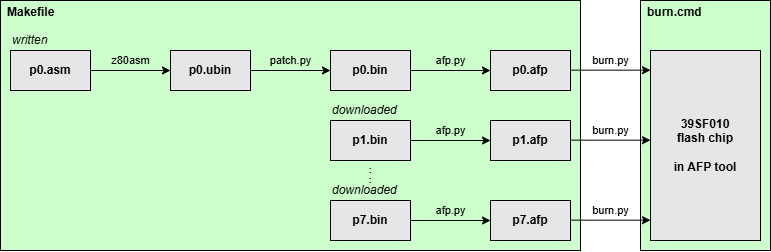
maarten-pennings/P2000-cartridge keeps this draw.io diagram as images/flow.drawio.png. Above is the earlier version. Source tidied: cells renumbered, new cells last; positions are measured from the earlier drawing's top-left corner, leaving out a move shared by most shapes. Source of this version:
```xml
<mxGraphModel>
  <root>
    <mxCell id="0" />
    <mxCell id="1" parent="0" />
    <mxCell id="2" value="burn.cmd" style="rounded=0;whiteSpace=wrap;html=1;fillColor=#CCFFCC;labelBackgroundColor=none;align=left;verticalAlign=top;fontStyle=1;spacing=0;spacingLeft=7.874;" parent="1" vertex="1">
      <mxGeometry x="640" width="130" height="250" as="geometry" />
    </mxCell>
    <mxCell id="3" value="Makefile" style="rounded=0;whiteSpace=wrap;html=1;fillColor=#CCFFCC;labelBackgroundColor=none;align=left;verticalAlign=top;fontStyle=1;spacing=0;spacingLeft=7.874;" parent="1" vertex="1">
      <mxGeometry width="580" height="250" as="geometry" />
    </mxCell>
    <mxCell id="4" value="z80asm" style="edgeStyle=orthogonalEdgeStyle;rounded=0;jettySize=auto;html=1;labelBackgroundColor=none;" parent="1" edge="1" source="5" target="7">
      <mxGeometry y="10" relative="1" as="geometry" />
    </mxCell>
    <mxCell id="5" value="p0.asm" style="rounded=0;whiteSpace=wrap;html=1;fillColor=#E6E6E6;fontStyle=1;labelBackgroundColor=none;" parent="1" vertex="1">
      <mxGeometry x="10" y="50" width="80" height="40" as="geometry" />
    </mxCell>
    <mxCell id="6" value="patch.py" style="edgeStyle=orthogonalEdgeStyle;rounded=0;jettySize=auto;html=1;labelBackgroundColor=none;" parent="1" edge="1" source="7" target="8">
      <mxGeometry y="10" relative="1" as="geometry" />
    </mxCell>
    <mxCell id="7" value="p0.ubin" style="rounded=0;whiteSpace=wrap;html=1;fillColor=#E6E6E6;fontStyle=1;labelBackgroundColor=none;" parent="1" vertex="1">
      <mxGeometry x="170" y="50" width="80" height="40" as="geometry" />
    </mxCell>
    <mxCell id="8" value="p0.bin" style="whiteSpace=wrap;html=1;fillColor=#E6E6E6;rounded=0;fontStyle=1;labelBackgroundColor=none;" parent="1" vertex="1">
      <mxGeometry x="330" y="50" width="80" height="40" as="geometry" />
    </mxCell>
    <mxCell id="9" value="p1.bin" style="whiteSpace=wrap;html=1;fillColor=#E6E6E6;rounded=0;fontStyle=1;labelBackgroundColor=none;" parent="1" vertex="1">
      <mxGeometry x="330" y="120" width="80" height="40" as="geometry" />
    </mxCell>
    <mxCell id="10" value="p7.bin" style="whiteSpace=wrap;html=1;fillColor=#E6E6E6;rounded=0;fontStyle=1;labelBackgroundColor=none;" parent="1" vertex="1">
      <mxGeometry x="330" y="200" width="80" height="40" as="geometry" />
    </mxCell>
    <mxCell id="11" value=":&lt;br&gt;:" style="text;html=1;whiteSpace=wrap;strokeColor=none;fillColor=none;align=center;verticalAlign=middle;rounded=0;fontStyle=1;fontSize=8;labelBackgroundColor=none;" parent="1" vertex="1">
      <mxGeometry x="330" y="160" width="80" height="30" as="geometry" />
    </mxCell>
    <mxCell id="12" value="afp.py" style="edgeStyle=orthogonalEdgeStyle;rounded=0;jettySize=auto;html=1;exitX=1;exitY=0.5;exitDx=0;exitDy=0;labelBackgroundColor=none;" parent="1" edge="1" source="8" target="13">
      <mxGeometry y="10" relative="1" as="geometry" />
    </mxCell>
    <mxCell id="13" value="p0.afp" style="whiteSpace=wrap;html=1;fillColor=#E6E6E6;rounded=0;fontStyle=1;labelBackgroundColor=none;" parent="1" vertex="1">
      <mxGeometry x="490" y="50" width="80" height="40" as="geometry" />
    </mxCell>
    <mxCell id="14" value="afp.py" style="edgeStyle=orthogonalEdgeStyle;rounded=0;jettySize=auto;html=1;exitX=1;exitY=0.5;exitDx=0;exitDy=0;labelBackgroundColor=none;" parent="1" edge="1" target="15">
      <mxGeometry y="10" relative="1" as="geometry">
        <mxPoint x="410" y="140" as="sourcePoint" />
      </mxGeometry>
    </mxCell>
    <mxCell id="15" value="p1.afp" style="whiteSpace=wrap;html=1;fillColor=#E6E6E6;rounded=0;fontStyle=1;labelBackgroundColor=none;" parent="1" vertex="1">
      <mxGeometry x="490" y="120" width="80" height="40" as="geometry" />
    </mxCell>
    <mxCell id="16" value="afp.py" style="edgeStyle=orthogonalEdgeStyle;rounded=0;jettySize=auto;html=1;exitX=1;exitY=0.5;exitDx=0;exitDy=0;labelBackgroundColor=none;" parent="1" edge="1" target="17">
      <mxGeometry y="10" relative="1" as="geometry">
        <mxPoint x="410" y="220" as="sourcePoint" />
      </mxGeometry>
    </mxCell>
    <mxCell id="17" value="p7.afp" style="whiteSpace=wrap;html=1;fillColor=#E6E6E6;rounded=0;fontStyle=1;labelBackgroundColor=none;" parent="1" vertex="1">
      <mxGeometry x="490" y="200" width="80" height="40" as="geometry" />
    </mxCell>
    <mxCell id="18" value="burn.py" style="edgeStyle=orthogonalEdgeStyle;rounded=0;orthogonalLoop=1;jettySize=auto;html=1;exitX=1;exitY=0.5;exitDx=0;exitDy=0;labelBackgroundColor=none;" parent="1" edge="1">
      <mxGeometry y="10" relative="1" as="geometry">
        <mxPoint x="570" y="69.7" as="sourcePoint" />
        <mxPoint x="650" y="69.7" as="targetPoint" />
      </mxGeometry>
    </mxCell>
    <mxCell id="19" value="burn.py" style="edgeStyle=orthogonalEdgeStyle;rounded=0;orthogonalLoop=1;jettySize=auto;html=1;exitX=1;exitY=0.5;exitDx=0;exitDy=0;labelBackgroundColor=none;" parent="1" edge="1">
      <mxGeometry y="10" relative="1" as="geometry">
        <mxPoint x="570" y="139.7" as="sourcePoint" />
        <mxPoint x="650" y="139.7" as="targetPoint" />
      </mxGeometry>
    </mxCell>
    <mxCell id="20" value="burn.py" style="edgeStyle=orthogonalEdgeStyle;rounded=0;orthogonalLoop=1;jettySize=auto;html=1;exitX=1;exitY=0.5;exitDx=0;exitDy=0;labelBackgroundColor=none;" parent="1" edge="1">
      <mxGeometry y="10" relative="1" as="geometry">
        <mxPoint x="570" y="219.7" as="sourcePoint" />
        <mxPoint x="650" y="219.7" as="targetPoint" />
      </mxGeometry>
    </mxCell>
    <mxCell id="21" value="39SF010&lt;br&gt;flash chip&lt;br&gt;&lt;br&gt;&lt;div&gt;in&amp;nbsp;&lt;span style=&quot;background-color: transparent; color: light-dark(rgb(0, 0, 0), rgb(255, 255, 255));&quot;&gt;AFP&amp;nbsp;&lt;/span&gt;&lt;span style=&quot;background-color: transparent; color: light-dark(rgb(0, 0, 0), rgb(255, 255, 255));&quot;&gt;tool&lt;/span&gt;&lt;/div&gt;" style="whiteSpace=wrap;html=1;fillColor=#E6E6E6;rounded=0;fontStyle=1;labelBackgroundColor=none;" parent="1" vertex="1">
      <mxGeometry x="650" y="50" width="110" height="190" as="geometry" />
    </mxCell>
    <mxCell id="22" value="written" style="text;html=1;whiteSpace=wrap;strokeColor=none;fillColor=none;align=left;verticalAlign=middle;rounded=0;fontStyle=2;" parent="1" vertex="1">
      <mxGeometry x="10" y="30" width="80" height="20" as="geometry" />
    </mxCell>
    <mxCell id="23" value="downloaded" style="text;html=1;whiteSpace=wrap;strokeColor=none;fillColor=none;align=left;verticalAlign=middle;rounded=0;fontStyle=2;" parent="1" vertex="1">
      <mxGeometry x="330" y="100" width="80" height="20" as="geometry" />
    </mxCell>
    <mxCell id="24" value="downloaded" style="text;html=1;whiteSpace=wrap;strokeColor=none;fillColor=none;align=left;verticalAlign=middle;rounded=0;fontStyle=2;" parent="1" vertex="1">
      <mxGeometry x="330" y="180" width="80" height="20" as="geometry" />
    </mxCell>
  </root>
</mxGraphModel>
```
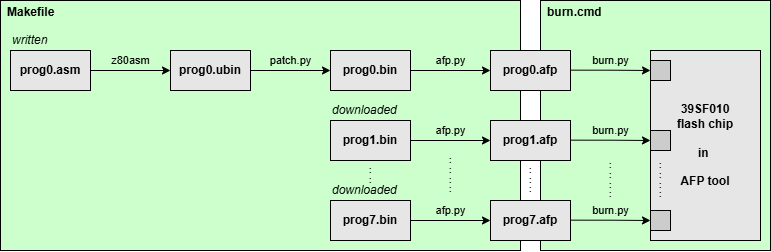
Later version of the same file.

What changed in the source:
```diff
@@ -3,30 +3,30 @@
     <mxCell id="0" />
     <mxCell id="1" parent="0" />
     <mxCell id="2" value="burn.cmd" style="rounded=0;whiteSpace=wrap;html=1;fillColor=#CCFFCC;labelBackgroundColor=none;align=left;verticalAlign=top;fontStyle=1;spacing=0;spacingLeft=7.874;" parent="1" vertex="1">
-      <mxGeometry x="640" width="130" height="250" as="geometry" />
+      <mxGeometry x="540" width="230" height="250" as="geometry" />
     </mxCell>
     <mxCell id="3" value="Makefile" style="rounded=0;whiteSpace=wrap;html=1;fillColor=#CCFFCC;labelBackgroundColor=none;align=left;verticalAlign=top;fontStyle=1;spacing=0;spacingLeft=7.874;" parent="1" vertex="1">
-      <mxGeometry width="580" height="250" as="geometry" />
+      <mxGeometry width="520" height="250" as="geometry" />
     </mxCell>
     <mxCell id="4" value="z80asm" style="edgeStyle=orthogonalEdgeStyle;rounded=0;jettySize=auto;html=1;labelBackgroundColor=none;" parent="1" edge="1" source="5" target="7">
       <mxGeometry y="10" relative="1" as="geometry" />
     </mxCell>
-    <mxCell id="5" value="p0.asm" style="rounded=0;whiteSpace=wrap;html=1;fillColor=#E6E6E6;fontStyle=1;labelBackgroundColor=none;" parent="1" vertex="1">
+    <mxCell id="5" value="prog0.asm" style="rounded=0;whiteSpace=wrap;html=1;fillColor=#E6E6E6;fontStyle=1;labelBackgroundColor=none;" parent="1" vertex="1">
       <mxGeometry x="10" y="50" width="80" height="40" as="geometry" />
     </mxCell>
     <mxCell id="6" value="patch.py" style="edgeStyle=orthogonalEdgeStyle;rounded=0;jettySize=auto;html=1;labelBackgroundColor=none;" parent="1" edge="1" source="7" target="8">
       <mxGeometry y="10" relative="1" as="geometry" />
     </mxCell>
-    <mxCell id="7" value="p0.ubin" style="rounded=0;whiteSpace=wrap;html=1;fillColor=#E6E6E6;fontStyle=1;labelBackgroundColor=none;" parent="1" vertex="1">
+    <mxCell id="7" value="prog0.ubin" style="rounded=0;whiteSpace=wrap;html=1;fillColor=#E6E6E6;fontStyle=1;labelBackgroundColor=none;" parent="1" vertex="1">
       <mxGeometry x="170" y="50" width="80" height="40" as="geometry" />
     </mxCell>
-    <mxCell id="8" value="p0.bin" style="whiteSpace=wrap;html=1;fillColor=#E6E6E6;rounded=0;fontStyle=1;labelBackgroundColor=none;" parent="1" vertex="1">
+    <mxCell id="8" value="prog0.bin" style="whiteSpace=wrap;html=1;fillColor=#E6E6E6;rounded=0;fontStyle=1;labelBackgroundColor=none;" parent="1" vertex="1">
       <mxGeometry x="330" y="50" width="80" height="40" as="geometry" />
     </mxCell>
-    <mxCell id="9" value="p1.bin" style="whiteSpace=wrap;html=1;fillColor=#E6E6E6;rounded=0;fontStyle=1;labelBackgroundColor=none;" parent="1" vertex="1">
+    <mxCell id="9" value="prog1.bin" style="whiteSpace=wrap;html=1;fillColor=#E6E6E6;rounded=0;fontStyle=1;labelBackgroundColor=none;" parent="1" vertex="1">
       <mxGeometry x="330" y="120" width="80" height="40" as="geometry" />
     </mxCell>
-    <mxCell id="10" value="p7.bin" style="whiteSpace=wrap;html=1;fillColor=#E6E6E6;rounded=0;fontStyle=1;labelBackgroundColor=none;" parent="1" vertex="1">
+    <mxCell id="10" value="prog7.bin" style="whiteSpace=wrap;html=1;fillColor=#E6E6E6;rounded=0;fontStyle=1;labelBackgroundColor=none;" parent="1" vertex="1">
       <mxGeometry x="330" y="200" width="80" height="40" as="geometry" />
     </mxCell>
     <mxCell id="11" value=":&lt;br&gt;:" style="text;html=1;whiteSpace=wrap;strokeColor=none;fillColor=none;align=center;verticalAlign=middle;rounded=0;fontStyle=1;fontSize=8;labelBackgroundColor=none;" parent="1" vertex="1">
@@ -35,7 +35,7 @@
     <mxCell id="12" value="afp.py" style="edgeStyle=orthogonalEdgeStyle;rounded=0;jettySize=auto;html=1;exitX=1;exitY=0.5;exitDx=0;exitDy=0;labelBackgroundColor=none;" parent="1" edge="1" source="8" target="13">
       <mxGeometry y="10" relative="1" as="geometry" />
     </mxCell>
-    <mxCell id="13" value="p0.afp" style="whiteSpace=wrap;html=1;fillColor=#E6E6E6;rounded=0;fontStyle=1;labelBackgroundColor=none;" parent="1" vertex="1">
+    <mxCell id="13" value="prog0.afp" style="whiteSpace=wrap;html=1;fillColor=#E6E6E6;rounded=0;fontStyle=1;labelBackgroundColor=none;" parent="1" vertex="1">
       <mxGeometry x="490" y="50" width="80" height="40" as="geometry" />
     </mxCell>
     <mxCell id="14" value="afp.py" style="edgeStyle=orthogonalEdgeStyle;rounded=0;jettySize=auto;html=1;exitX=1;exitY=0.5;exitDx=0;exitDy=0;labelBackgroundColor=none;" parent="1" edge="1" target="15">
@@ -43,7 +43,7 @@
         <mxPoint x="410" y="140" as="sourcePoint" />
       </mxGeometry>
     </mxCell>
-    <mxCell id="15" value="p1.afp" style="whiteSpace=wrap;html=1;fillColor=#E6E6E6;rounded=0;fontStyle=1;labelBackgroundColor=none;" parent="1" vertex="1">
+    <mxCell id="15" value="prog1.afp" style="whiteSpace=wrap;html=1;fillColor=#E6E6E6;rounded=0;fontStyle=1;labelBackgroundColor=none;" parent="1" vertex="1">
       <mxGeometry x="490" y="120" width="80" height="40" as="geometry" />
     </mxCell>
     <mxCell id="16" value="afp.py" style="edgeStyle=orthogonalEdgeStyle;rounded=0;jettySize=auto;html=1;exitX=1;exitY=0.5;exitDx=0;exitDy=0;labelBackgroundColor=none;" parent="1" edge="1" target="17">
@@ -51,28 +51,28 @@
         <mxPoint x="410" y="220" as="sourcePoint" />
       </mxGeometry>
     </mxCell>
-    <mxCell id="17" value="p7.afp" style="whiteSpace=wrap;html=1;fillColor=#E6E6E6;rounded=0;fontStyle=1;labelBackgroundColor=none;" parent="1" vertex="1">
+    <mxCell id="17" value="prog7.afp" style="whiteSpace=wrap;html=1;fillColor=#E6E6E6;rounded=0;fontStyle=1;labelBackgroundColor=none;" parent="1" vertex="1">
       <mxGeometry x="490" y="200" width="80" height="40" as="geometry" />
     </mxCell>
     <mxCell id="18" value="burn.py" style="edgeStyle=orthogonalEdgeStyle;rounded=0;orthogonalLoop=1;jettySize=auto;html=1;exitX=1;exitY=0.5;exitDx=0;exitDy=0;labelBackgroundColor=none;" parent="1" edge="1">
       <mxGeometry y="10" relative="1" as="geometry">
         <mxPoint x="570" y="69.7" as="sourcePoint" />
-        <mxPoint x="650" y="69.7" as="targetPoint" />
+        <mxPoint x="650" y="70" as="targetPoint" />
       </mxGeometry>
     </mxCell>
     <mxCell id="19" value="burn.py" style="edgeStyle=orthogonalEdgeStyle;rounded=0;orthogonalLoop=1;jettySize=auto;html=1;exitX=1;exitY=0.5;exitDx=0;exitDy=0;labelBackgroundColor=none;" parent="1" edge="1">
       <mxGeometry y="10" relative="1" as="geometry">
         <mxPoint x="570" y="139.7" as="sourcePoint" />
-        <mxPoint x="650" y="139.7" as="targetPoint" />
+        <mxPoint x="650" y="140" as="targetPoint" />
       </mxGeometry>
     </mxCell>
     <mxCell id="20" value="burn.py" style="edgeStyle=orthogonalEdgeStyle;rounded=0;orthogonalLoop=1;jettySize=auto;html=1;exitX=1;exitY=0.5;exitDx=0;exitDy=0;labelBackgroundColor=none;" parent="1" edge="1">
       <mxGeometry y="10" relative="1" as="geometry">
         <mxPoint x="570" y="219.7" as="sourcePoint" />
-        <mxPoint x="650" y="219.7" as="targetPoint" />
+        <mxPoint x="650" y="220" as="targetPoint" />
       </mxGeometry>
     </mxCell>
-    <mxCell id="21" value="39SF010&lt;br&gt;flash chip&lt;br&gt;&lt;br&gt;&lt;div&gt;in&amp;nbsp;&lt;span style=&quot;background-color: transparent; color: light-dark(rgb(0, 0, 0), rgb(255, 255, 255));&quot;&gt;AFP&amp;nbsp;&lt;/span&gt;&lt;span style=&quot;background-color: transparent; color: light-dark(rgb(0, 0, 0), rgb(255, 255, 255));&quot;&gt;tool&lt;/span&gt;&lt;/div&gt;" style="whiteSpace=wrap;html=1;fillColor=#E6E6E6;rounded=0;fontStyle=1;labelBackgroundColor=none;" parent="1" vertex="1">
+    <mxCell id="21" value="39SF010&lt;br&gt;flash chip&lt;br&gt;&lt;br&gt;&lt;div&gt;in&amp;nbsp;&lt;br&gt;&lt;span style=&quot;background-color: transparent; color: light-dark(rgb(0, 0, 0), rgb(255, 255, 255));&quot;&gt;&lt;br&gt;AFP&amp;nbsp;&lt;/span&gt;&lt;span style=&quot;background-color: transparent; color: light-dark(rgb(0, 0, 0), rgb(255, 255, 255));&quot;&gt;tool&lt;/span&gt;&lt;/div&gt;" style="whiteSpace=wrap;html=1;fillColor=#E6E6E6;rounded=0;fontStyle=1;labelBackgroundColor=none;" parent="1" vertex="1">
       <mxGeometry x="650" y="50" width="110" height="190" as="geometry" />
     </mxCell>
     <mxCell id="22" value="written" style="text;html=1;whiteSpace=wrap;strokeColor=none;fillColor=none;align=left;verticalAlign=middle;rounded=0;fontStyle=2;" parent="1" vertex="1">
@@ -84,5 +84,26 @@
     <mxCell id="24" value="downloaded" style="text;html=1;whiteSpace=wrap;strokeColor=none;fillColor=none;align=left;verticalAlign=middle;rounded=0;fontStyle=2;" parent="1" vertex="1">
       <mxGeometry x="330" y="180" width="80" height="20" as="geometry" />
     </mxCell>
+    <mxCell id="25" value=":&lt;br&gt;:&lt;br&gt;:" style="text;html=1;whiteSpace=wrap;strokeColor=none;fillColor=none;align=center;verticalAlign=middle;rounded=0;fontStyle=1;fontSize=8;labelBackgroundColor=none;" parent="1" vertex="1">
+      <mxGeometry x="490" y="160" width="80" height="40" as="geometry" />
+    </mxCell>
+    <mxCell id="26" value=":&lt;br&gt;&lt;span style=&quot;background-color: transparent; color: light-dark(rgb(0, 0, 0), rgb(255, 255, 255));&quot;&gt;:&lt;/span&gt;&lt;div&gt;:&lt;br&gt;:&lt;/div&gt;" style="text;html=1;whiteSpace=wrap;strokeColor=none;fillColor=none;align=center;verticalAlign=middle;rounded=0;fontStyle=1;fontSize=8;labelBackgroundColor=none;" parent="1" vertex="1">
+      <mxGeometry x="570" y="150" width="80" height="60" as="geometry" />
+    </mxCell>
+    <mxCell id="27" style="rounded=0;whiteSpace=wrap;html=1;fillColor=#CCCCCC;" parent="1" vertex="1">
+      <mxGeometry x="650" y="60" width="20" height="20" as="geometry" />
+    </mxCell>
+    <mxCell id="28" style="rounded=0;whiteSpace=wrap;html=1;fillColor=#CCCCCC;" parent="1" vertex="1">
+      <mxGeometry x="650" y="130" width="20" height="20" as="geometry" />
+    </mxCell>
+    <mxCell id="29" style="rounded=0;whiteSpace=wrap;html=1;fillColor=#CCCCCC;" parent="1" vertex="1">
+      <mxGeometry x="650" y="210" width="20" height="20" as="geometry" />
+    </mxCell>
+    <mxCell id="30" value=":&lt;br&gt;&lt;span style=&quot;background-color: transparent; color: light-dark(rgb(0, 0, 0), rgb(255, 255, 255));&quot;&gt;:&lt;/span&gt;&lt;div&gt;:&lt;br&gt;:&lt;/div&gt;" style="text;html=1;whiteSpace=wrap;strokeColor=none;fillColor=none;align=center;verticalAlign=middle;rounded=0;fontStyle=1;fontSize=8;labelBackgroundColor=none;" parent="1" vertex="1">
+      <mxGeometry x="650" y="150" width="20" height="60" as="geometry" />
+    </mxCell>
+    <mxCell id="31" value=":&lt;br&gt;&lt;span style=&quot;background-color: transparent; color: light-dark(rgb(0, 0, 0), rgb(255, 255, 255));&quot;&gt;:&lt;/span&gt;&lt;div&gt;:&lt;br&gt;:&lt;/div&gt;" style="text;html=1;whiteSpace=wrap;strokeColor=none;fillColor=none;align=center;verticalAlign=middle;rounded=0;fontStyle=1;fontSize=8;labelBackgroundColor=none;" parent="1" vertex="1">
+      <mxGeometry x="410" y="145" width="80" height="60" as="geometry" />
+    </mxCell>
   </root>
 </mxGraphModel>
```
